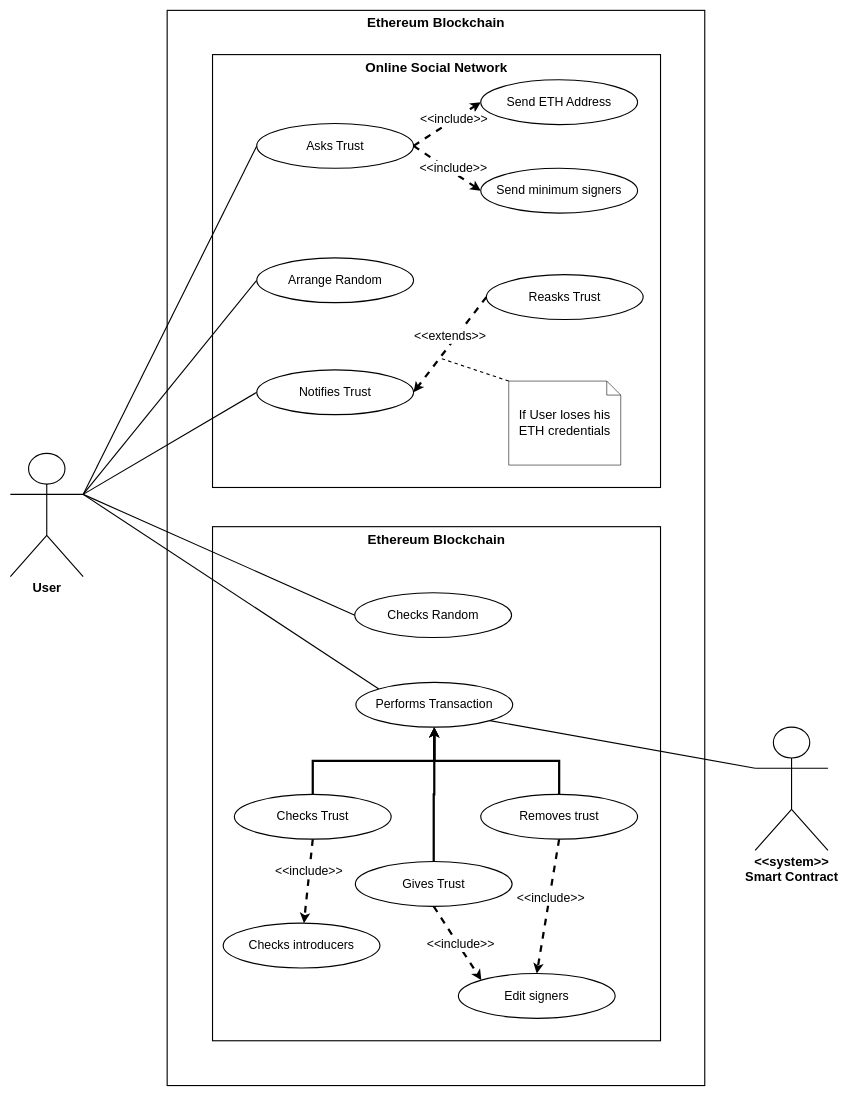
The draw.io diagram TrustPropagationETH/TrustPropagationUseCase.drawio in savernike/DiagramsSet, before the edit. Source tidied: cells renumbered, new cells numbered last; positions are measured from the earlier drawing's top-left corner, leaving out a move shared by most shapes. Both pictures are drawn from the tidied source at 56%, with x=0, y=0 at pixel (10, 10).
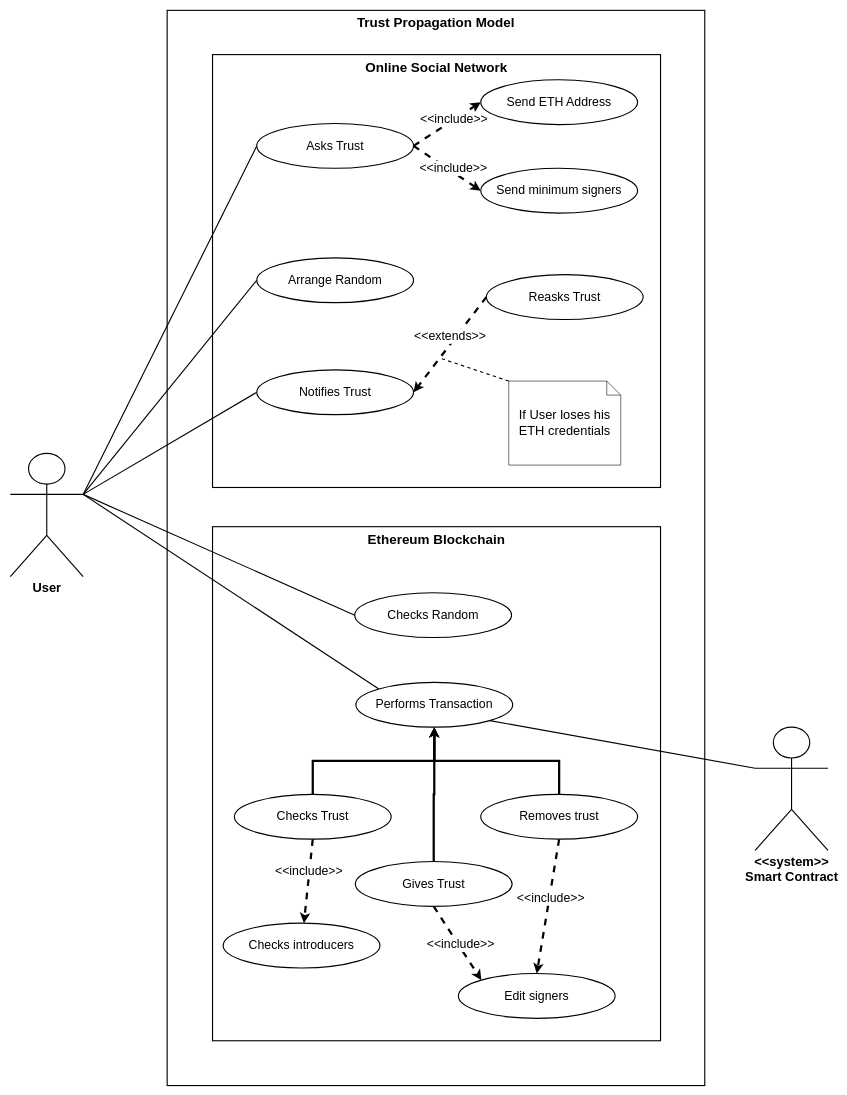
The same diagram, later.

Commit message:
Risoluzione refuso macromodello

What changed in the source:
```diff
@@
-    <mxCell id="3" value="&lt;h1 style=&quot;line-height: 0%;&quot;&gt;Ethereum Blockchain&lt;/h1&gt;" style="rounded=0;whiteSpace=wrap;html=1;fillColor=none;labelPosition=center;verticalLabelPosition=middle;align=center;verticalAlign=top;horizontal=1;labelBackgroundColor=none;strokeWidth=2;" parent="1" vertex="1">
+    <mxCell id="3" value="&lt;h1 style=&quot;line-height: 0%;&quot;&gt;Trust Propagation Model&lt;/h1&gt;" style="rounded=0;whiteSpace=wrap;html=1;fillColor=none;labelPosition=center;verticalLabelPosition=middle;align=center;verticalAlign=top;horizontal=1;labelBackgroundColor=none;strokeWidth=2;" parent="1" vertex="1">
       <mxGeometry x="280" width="960" height="1920" as="geometry" />
     </mxCell>
```
